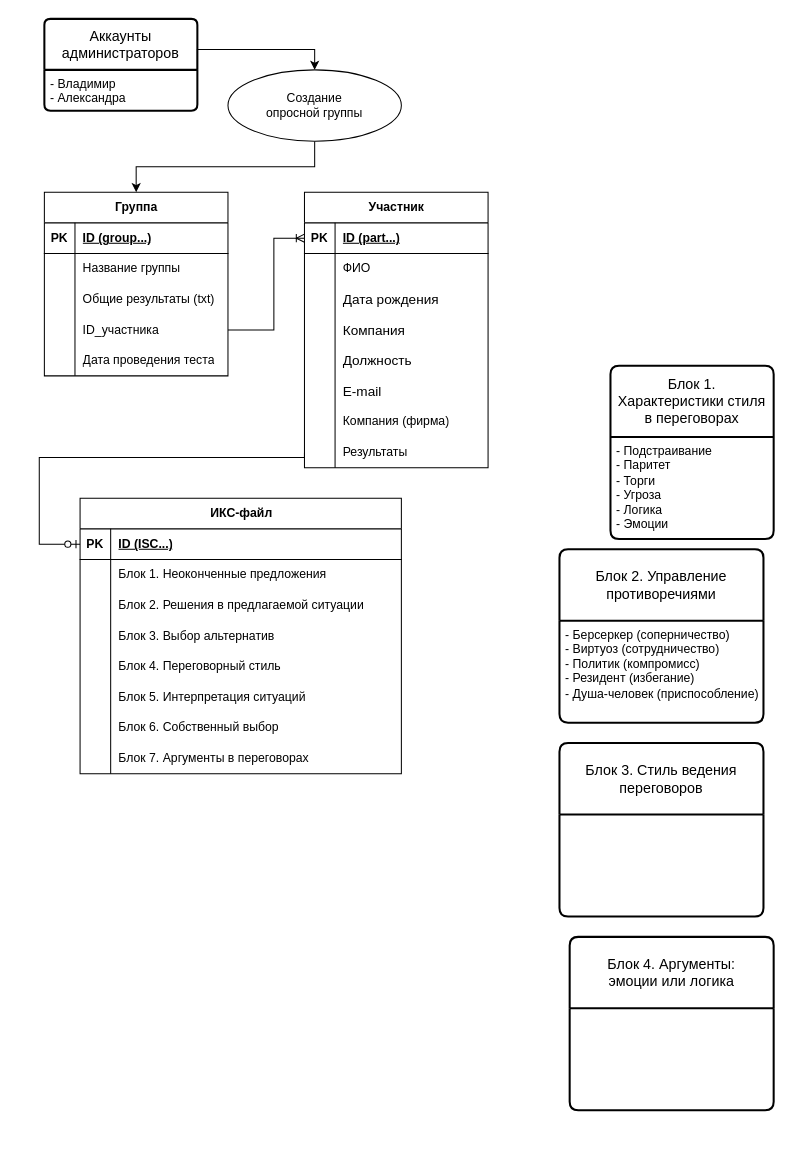
Before: ИКС-файл.drawio in apakufai/ISeC_workfiles, a draw.io diagram. Source tidied: cells renumbered, new cells numbered last; positions are measured from the earlier drawing's top-left corner, leaving out a move shared by most shapes. Both pictures are drawn from the tidied source at 102%, with x=0, y=0 at pixel (39, 18).
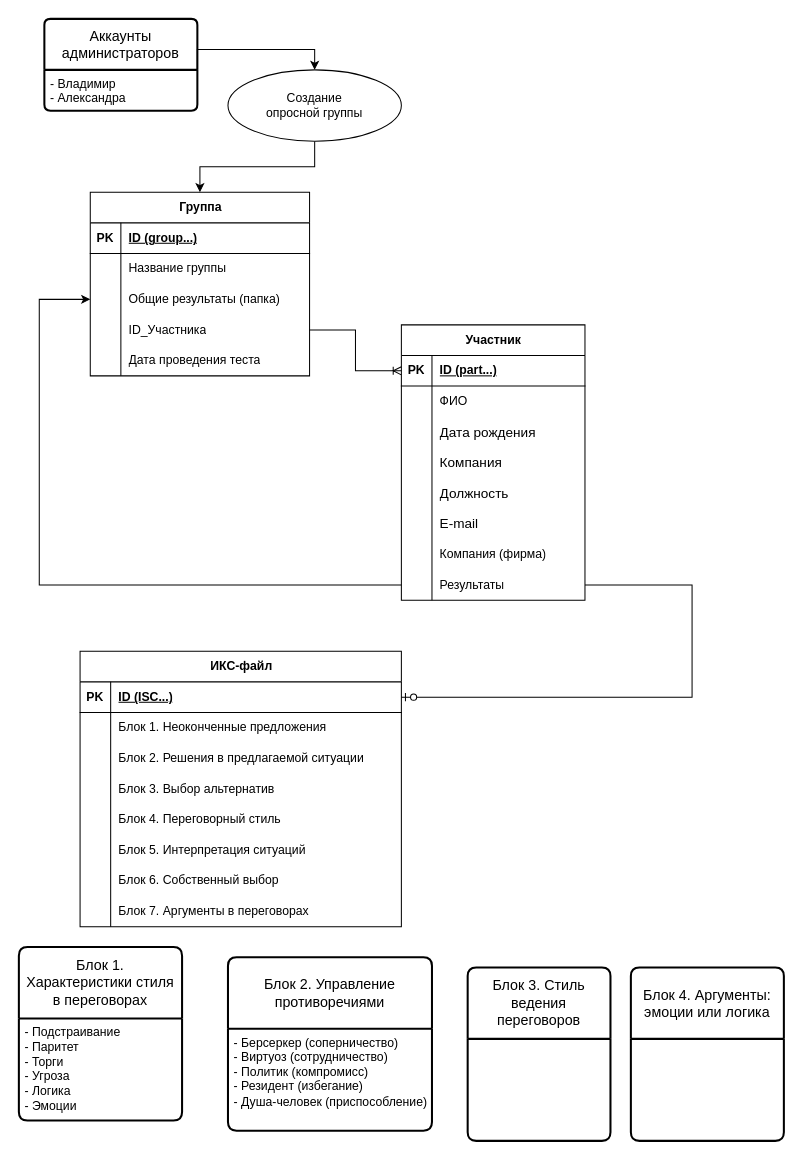
After the change.

The change refers to these unchanged cells:
```xml
<mxCell id="21" style="shape=tableRow;horizontal=0;startSize=0;swimlaneHead=0;swimlaneBody=0;fillColor=none;points=[[0,0.5],[1,0.5]];portConstraint=eastwest;top=0;left=0;right=0;bottom=1;" parent="20" vertex="1">
  <mxGeometry y="30" width="180" height="30" as="geometry" />
</mxCell>
<mxCell id="42" style="shape=tableRow;horizontal=0;startSize=0;swimlaneHead=0;swimlaneBody=0;fillColor=none;points=[[0,0.5],[1,0.5]];portConstraint=eastwest;top=0;left=0;right=0;bottom=0;" parent="20" vertex="1">
  <mxGeometry y="240" width="180" height="30" as="geometry" />
</mxCell>
<mxCell id="52" style="shape=tableRow;horizontal=0;startSize=0;swimlaneHead=0;swimlaneBody=0;fillColor=none;points=[[0,0.5],[1,0.5]];portConstraint=eastwest;top=0;left=0;right=0;bottom=1;" parent="51" vertex="1">
  <mxGeometry y="30" width="315" height="30" as="geometry" />
</mxCell>
```

Diff of the diagram source:
```diff
@@
     <mxCell id="4" value="Группа" style="shape=table;startSize=30;childLayout=tableLayout;rowLines=0;fontStyle=1;align=center;html=1;" parent="1" vertex="1">
-      <mxGeometry x="5" y="170" width="180" height="180" as="geometry" />
+      <mxGeometry x="50" y="170" width="215" height="180" as="geometry" />
     </mxCell>
     <mxCell id="5" style="shape=tableRow;horizontal=0;startSize=0;swimlaneHead=0;swimlaneBody=0;fillColor=none;top=0;left=0;right=0;bottom=1;" parent="4" vertex="1">
-      <mxGeometry y="30" width="180" height="30" as="geometry" />
+      <mxGeometry y="30" width="215" height="30" as="geometry" />
     </mxCell>
@@
     <mxCell id="7" value="ID (group...)" style="shape=partialRectangle;fillColor=none;top=0;left=0;bottom=0;right=0;align=left;spacingLeft=6;fontStyle=5;overflow=hidden;whiteSpace=wrap;html=1;" parent="5" vertex="1">
-      <mxGeometry x="30" width="150" height="30" as="geometry" />
+      <mxGeometry x="30" width="185" height="30" as="geometry" />
     </mxCell>
     <mxCell id="8" style="shape=tableRow;horizontal=0;startSize=0;swimlaneHead=0;swimlaneBody=0;fillColor=none;top=0;left=0;right=0;bottom=0;" parent="4" vertex="1">
-      <mxGeometry y="60" width="180" height="30" as="geometry" />
+      <mxGeometry y="60" width="215" height="30" as="geometry" />
     </mxCell>
@@
     <mxCell id="10" value="Название группы" style="shape=partialRectangle;fillColor=none;top=0;left=0;bottom=0;right=0;align=left;spacingLeft=6;overflow=hidden;whiteSpace=wrap;html=1;" parent="8" vertex="1">
-      <mxGeometry x="30" width="150" height="30" as="geometry" />
+      <mxGeometry x="30" width="185" height="30" as="geometry" />
     </mxCell>
     <mxCell id="11" style="shape=tableRow;horizontal=0;startSize=0;swimlaneHead=0;swimlaneBody=0;fillColor=none;points=[[0,0.5],[1,0.5]];portConstraint=eastwest;top=0;left=0;right=0;bottom=0;" parent="4" vertex="1">
-      <mxGeometry y="90" width="180" height="30" as="geometry" />
+      <mxGeometry y="90" width="215" height="30" as="geometry" />
     </mxCell>
@@
-    <mxCell id="13" value="Общие результаты (txt)" style="shape=partialRectangle;fillColor=none;top=0;left=0;bottom=0;right=0;align=left;spacingLeft=6;overflow=hidden;whiteSpace=wrap;html=1;" parent="11" vertex="1">
-      <mxGeometry x="30" width="150" height="30" as="geometry" />
+    <mxCell id="13" value="Общие результаты (папка)" style="shape=partialRectangle;fillColor=none;top=0;left=0;bottom=0;right=0;align=left;spacingLeft=6;overflow=hidden;whiteSpace=wrap;html=1;" parent="11" vertex="1">
+      <mxGeometry x="30" width="185" height="30" as="geometry" />
     </mxCell>
     <mxCell id="14" style="shape=tableRow;horizontal=0;startSize=0;swimlaneHead=0;swimlaneBody=0;fillColor=none;points=[[0,0.5],[1,0.5]];portConstraint=eastwest;top=0;left=0;right=0;bottom=0;" parent="4" vertex="1">
-      <mxGeometry y="120" width="180" height="30" as="geometry" />
+      <mxGeometry y="120" width="215" height="30" as="geometry" />
     </mxCell>
@@
-    <mxCell id="16" value="ID_участника" style="shape=partialRectangle;fillColor=none;top=0;left=0;bottom=0;right=0;align=left;spacingLeft=6;overflow=hidden;whiteSpace=wrap;html=1;" parent="14" vertex="1">
-      <mxGeometry x="30" width="150" height="30" as="geometry" />
+    <mxCell id="16" value="ID_Участника" style="shape=partialRectangle;fillColor=none;top=0;left=0;bottom=0;right=0;align=left;spacingLeft=6;overflow=hidden;whiteSpace=wrap;html=1;" parent="14" vertex="1">
+      <mxGeometry x="30" width="185" height="30" as="geometry" />
     </mxCell>
     <mxCell id="17" style="shape=tableRow;horizontal=0;startSize=0;swimlaneHead=0;swimlaneBody=0;fillColor=none;top=0;left=0;right=0;bottom=0;" parent="4" vertex="1">
-      <mxGeometry y="150" width="180" height="30" as="geometry" />
+      <mxGeometry y="150" width="215" height="30" as="geometry" />
     </mxCell>
@@
     <mxCell id="19" value="Дата проведения теста" style="shape=partialRectangle;fillColor=none;top=0;left=0;bottom=0;right=0;align=left;spacingLeft=6;overflow=hidden;whiteSpace=wrap;html=1;" parent="17" vertex="1">
-      <mxGeometry x="30" width="150" height="30" as="geometry" />
+      <mxGeometry x="30" width="185" height="30" as="geometry" />
     </mxCell>
     <mxCell id="20" value="Участник" style="shape=table;startSize=30;childLayout=tableLayout;rowLines=0;fontStyle=1;align=center;html=1;" parent="1" vertex="1">
-      <mxGeometry x="260" y="170" width="180" height="270" as="geometry" />
+      <mxGeometry x="355" y="300" width="180" height="270" as="geometry" />
     </mxCell>
@@
     <mxCell id="45" value="Блок 1.&lt;div&gt;Характеристики стиля&lt;/div&gt;&lt;div&gt;в переговорах&lt;/div&gt;" style="swimlane;horizontal=1;startSize=70;rounded=1;fontSize=14;fontStyle=0;strokeWidth=2;shadow=0;dashed=0;align=center;arcSize=4;whiteSpace=wrap;html=1;" parent="1" vertex="1">
-      <mxGeometry x="560" y="340" width="160" height="170" as="geometry" />
+      <mxGeometry x="-20" y="910" width="160" height="170" as="geometry" />
     </mxCell>
@@
     <mxCell id="50" style="edgeStyle=elbowEdgeStyle;fontSize=12;html=1;endArrow=ERoneToMany;rounded=0;exitX=1;exitY=0.5;exitDx=0;exitDy=0;entryX=0;entryY=0.5;entryDx=0;entryDy=0;" parent="1" edge="1" source="14" target="21">
-      <mxGeometry relative="1" as="geometry">
-        <Array as="points">
-          <mxPoint x="230" y="260" />
-        </Array>
-      </mxGeometry>
+      <mxGeometry relative="1" as="geometry" />
     </mxCell>
     <mxCell id="51" value="ИКС-файл" style="shape=table;startSize=30;childLayout=tableLayout;rowLines=0;fontStyle=1;align=center;html=1;" parent="1" vertex="1">
-      <mxGeometry x="40" y="470" width="315" height="270" as="geometry" />
+      <mxGeometry x="40" y="620" width="315" height="270" as="geometry" />
     </mxCell>
@@
-    <mxCell id="76" style="edgeStyle=orthogonalEdgeStyle;fontSize=12;html=1;endArrow=ERzeroToOne;endFill=1;rounded=0;entryX=0;entryY=0.5;entryDx=0;entryDy=0;exitX=0;exitY=0.5;exitDx=0;exitDy=0;" parent="1" edge="1" source="42" target="52">
+    <mxCell id="76" style="fontSize=12;html=1;endArrow=ERzeroToOne;endFill=1;rounded=0;entryX=1;entryY=0.5;entryDx=0;entryDy=0;edgeStyle=elbowEdgeStyle;exitX=1;exitY=0.5;exitDx=0;exitDy=0;" parent="1" edge="1" source="42" target="52">
       <mxGeometry relative="1" as="geometry">
         <Array as="points">
-          <mxPoint x="260" y="430" />
-          <mxPoint y="430" />
-          <mxPoint y="515" />
+          <mxPoint x="640" y="630" />
         </Array>
       </mxGeometry>
     </mxCell>
     <mxCell id="77" value="Блок 2. Управление противоречиями" style="swimlane;horizontal=1;startSize=70;rounded=1;fontSize=14;fontStyle=0;strokeWidth=2;shadow=0;dashed=0;align=center;arcSize=4;whiteSpace=wrap;html=1;" parent="1" vertex="1">
-      <mxGeometry x="510" y="520" width="200" height="170" as="geometry" />
+      <mxGeometry x="185" y="920" width="200" height="170" as="geometry" />
     </mxCell>
@@
     <mxCell id="79" value="Блок 3. Стиль ведения переговоров" style="swimlane;horizontal=1;startSize=70;rounded=1;fontSize=14;fontStyle=0;strokeWidth=2;shadow=0;dashed=0;align=center;arcSize=4;whiteSpace=wrap;html=1;" parent="1" vertex="1">
-      <mxGeometry x="510" y="710" width="200" height="170" as="geometry" />
+      <mxGeometry x="420" y="930" width="140" height="170" as="geometry" />
     </mxCell>
     <mxCell id="80" value="Блок 4. Аргументы:&lt;div&gt;эмоции или логика&lt;/div&gt;" style="swimlane;horizontal=1;startSize=70;rounded=1;fontSize=14;fontStyle=0;strokeWidth=2;shadow=0;dashed=0;align=center;arcSize=4;whiteSpace=wrap;html=1;" parent="1" vertex="1">
-      <mxGeometry x="520" y="900" width="200" height="170" as="geometry" />
+      <mxGeometry x="580" y="930" width="150" height="170" as="geometry" />
     </mxCell>
+    <mxCell id="81" style="edgeStyle=elbowEdgeStyle;rounded=0;jettySize=auto;html=1;exitX=0;exitY=0.5;exitDx=0;exitDy=0;entryX=0;entryY=0.5;entryDx=0;entryDy=0;" parent="1" edge="1" source="42" target="11">
+      <mxGeometry relative="1" as="geometry">
+        <Array as="points">
+          <mxPoint y="410" />
+        </Array>
+      </mxGeometry>
+    </mxCell>
```
